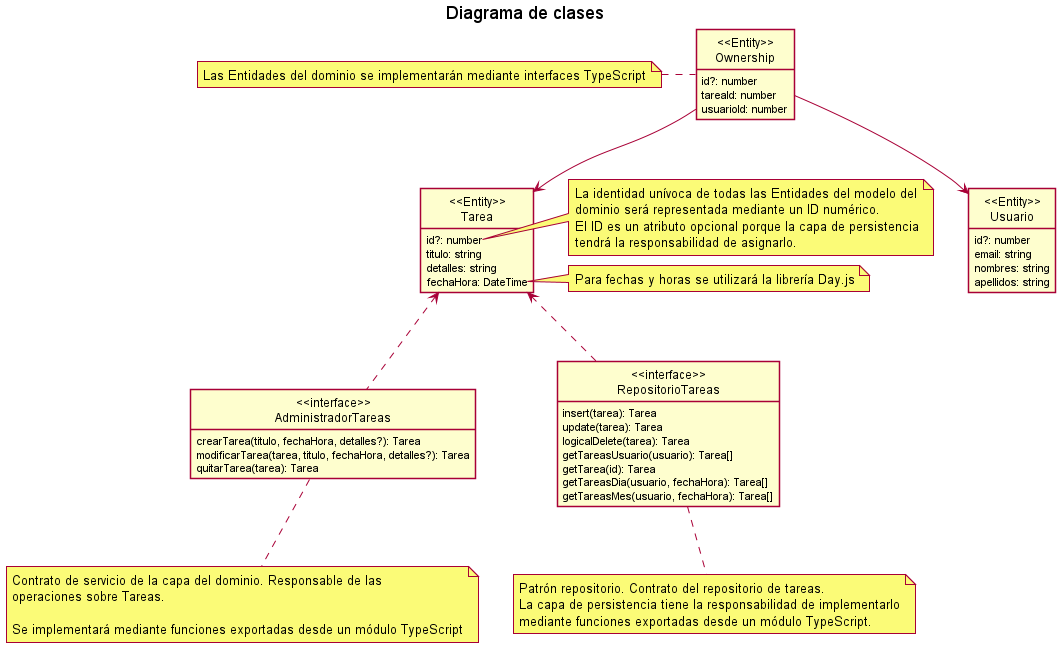
The PlantUML diagram architecture-model/diagrama de clases.png in esteban4321duran/app-tareas-v1-docs, before a commit.
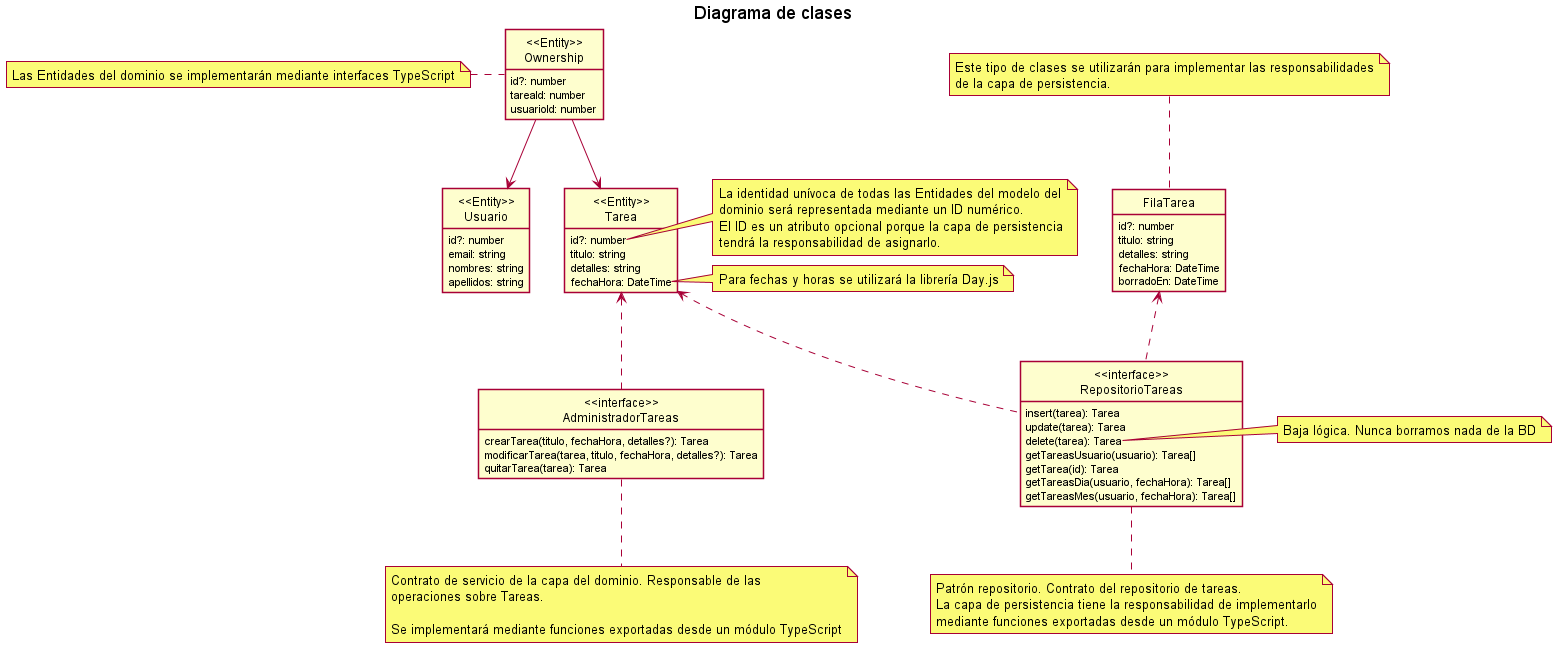
After the commit.

Commit message:
added logical view

Diff of the diagram source:
```diff
@@ -59,7 +59,7 @@
 class "<<interface>>\nRepositorioTareas" as RT{
     insert(tarea): Tarea
     update(tarea): Tarea
-    logicalDelete(tarea): Tarea
+    delete(tarea): Tarea
     getTareasUsuario(usuario): Tarea[]
     getTarea(id): Tarea
     getTareasDia(usuario, fechaHora): Tarea[]
@@ -70,7 +70,23 @@
 La capa de persistencia tiene la responsabilidad de implementarlo
 mediante funciones exportadas desde un módulo TypeScript.
 end note
+note right of RT::delete
+Baja lógica. Nunca borramos nada de la BD
+end note
+
+class "FilaTarea" as FT{
+    id?: number
+    titulo: string
+    detalles: string
+    fechaHora: DateTime
+    borradoEn: DateTime
+}
+note top of FT
+Este tipo de clases se utilizarán para implementar las responsabilidades
+de la capa de persistencia.
+end note
 
 RT .u.> T
+RT .u.> FT
 
 @enduml
```
